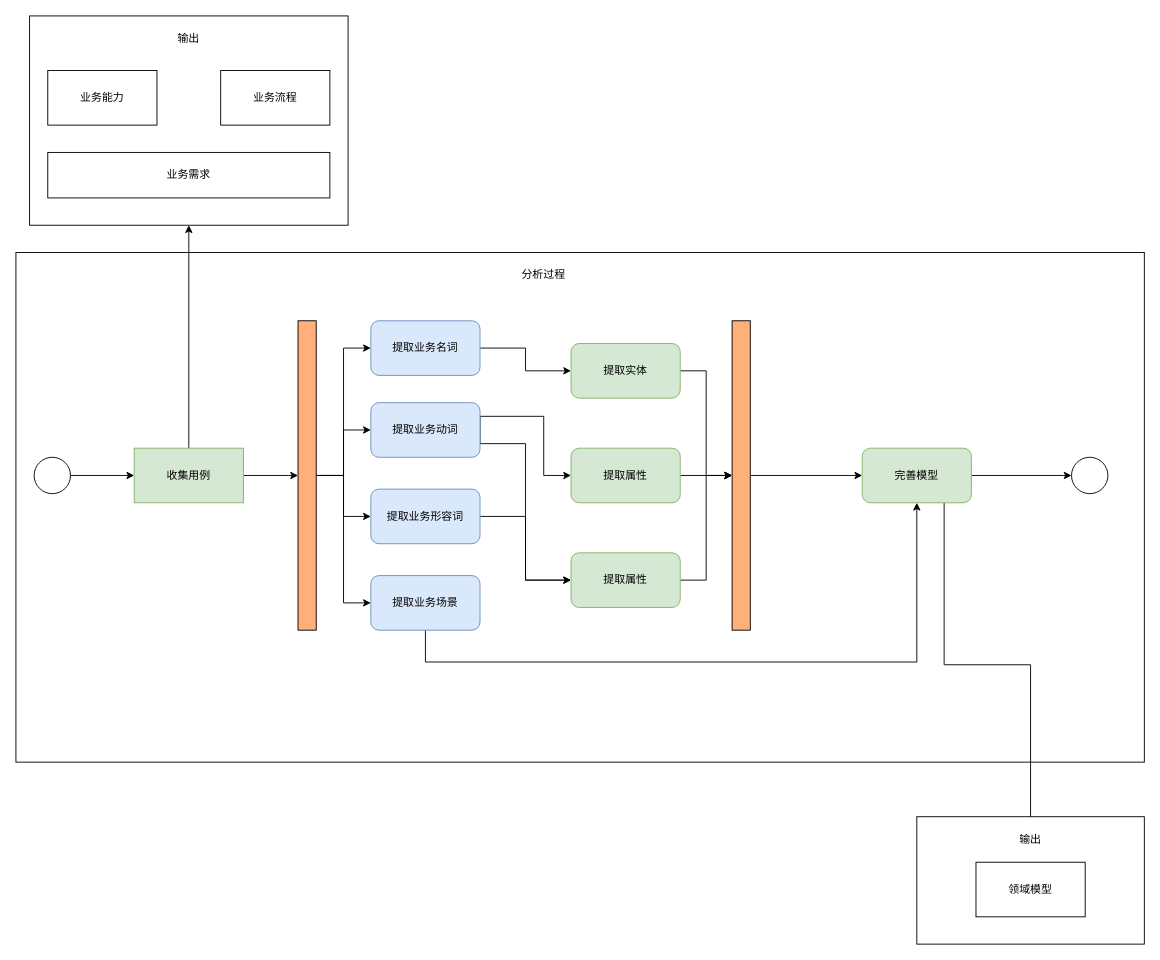
Earlier version of the draw.io diagram mspaint/DDD.drawio (D1isney/notes). Source tidied: cells renumbered, new cells numbered last; positions are measured from the earlier drawing's top-left corner, leaving out a move shared by most shapes. Both pictures are drawn from the tidied source at 91%, with x=0, y=0 at pixel (15, 15).
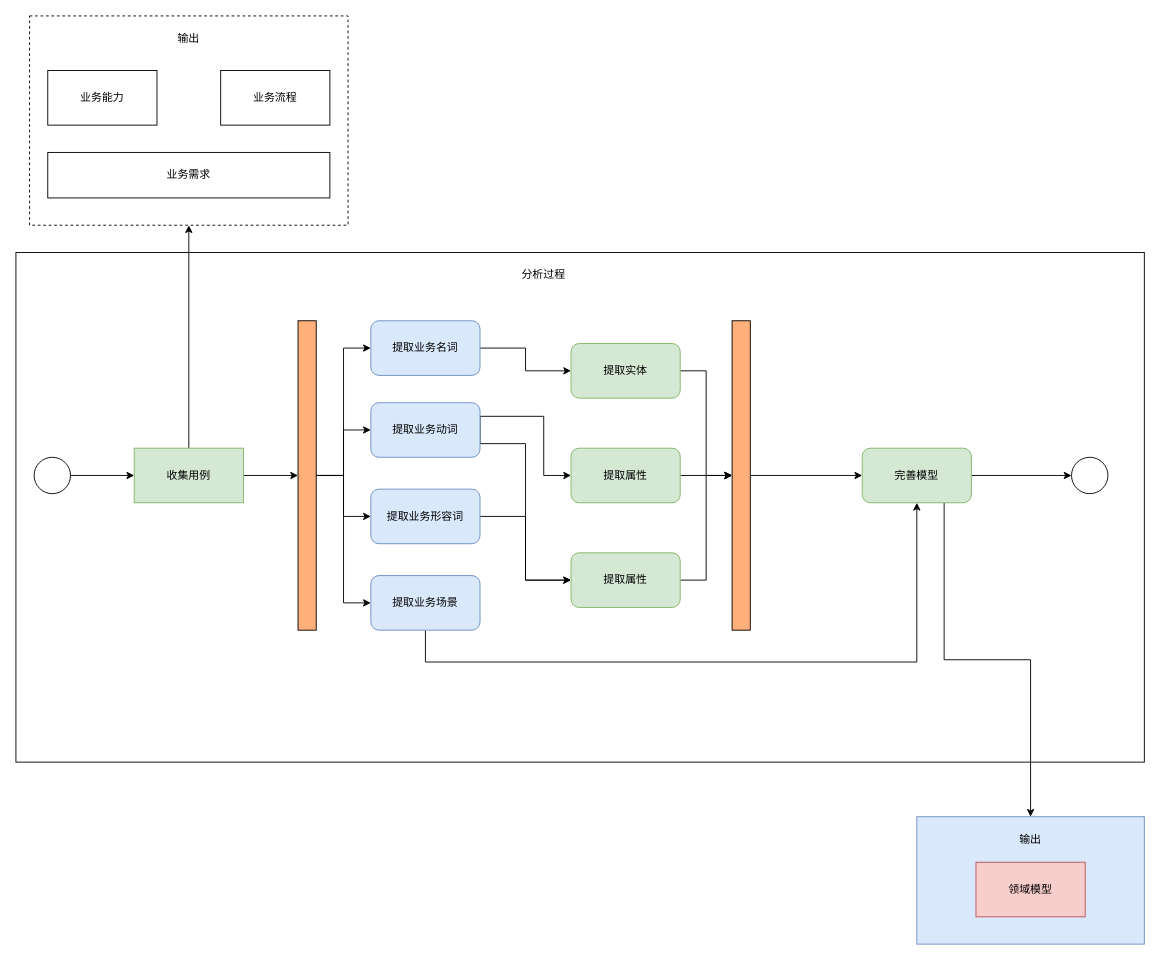
Above is the later version.

The change refers to these unchanged cells:
```xml
<mxCell id="37" value="完善模型" style="rounded=1;whiteSpace=wrap;html=1;fillColor=#d5e8d4;strokeColor=#82b366;" parent="1" vertex="1">
  <mxGeometry x="930" y="475" width="120" height="60" as="geometry" />
</mxCell>
<mxCell id="41" value="输出" style="text;html=1;align=center;verticalAlign=middle;whiteSpace=wrap;rounded=0;" parent="1" vertex="1">
  <mxGeometry x="1085" y="890" width="60" height="30" as="geometry" />
</mxCell>
```

Diff of the diagram source:
```diff
@@
-    <mxCell id="3" style="rounded=0;whiteSpace=wrap;html=1;strokeColor=default;" parent="1" vertex="1">
+    <mxCell id="3" style="rounded=0;whiteSpace=wrap;html=1;strokeColor=default;dashed=1;" parent="1" vertex="1">
       <mxGeometry x="15" width="350" height="230" as="geometry" />
     </mxCell>
@@
-    <mxCell id="36" style="edgeStyle=orthogonalEdgeStyle;rounded=0;jettySize=auto;html=1;exitX=0.75;exitY=1;exitDx=0;exitDy=0;entryX=0.5;entryY=0;entryDx=0;entryDy=0;" parent="1" edge="1" source="37" target="41">
-      <mxGeometry relative="1" as="geometry">
-        <Array as="points">
-          <mxPoint x="1020" y="713" />
-          <mxPoint x="1115" y="713" />
-        </Array>
-      </mxGeometry>
-    </mxCell>
+    <mxCell id="43" style="edgeStyle=orthogonalEdgeStyle;rounded=0;jettySize=auto;html=1;exitX=0.75;exitY=1;exitDx=0;exitDy=0;entryX=0.5;entryY=0;entryDx=0;entryDy=0;" parent="1" edge="1" source="37" target="39">
+      <mxGeometry relative="1" as="geometry" />
+    </mxCell>
@@
-    <mxCell id="39" style="rounded=0;whiteSpace=wrap;html=1;" parent="1" vertex="1">
+    <mxCell id="39" style="rounded=0;whiteSpace=wrap;html=1;fillColor=#dae8fc;strokeColor=#6c8ebf;" parent="1" vertex="1">
       <mxGeometry x="990" y="880" width="250" height="140" as="geometry" />
     </mxCell>
-    <mxCell id="40" value="领域模型" style="rounded=0;whiteSpace=wrap;html=1;" parent="1" vertex="1">
+    <mxCell id="40" value="领域模型" style="rounded=0;whiteSpace=wrap;html=1;fillColor=#f8cecc;strokeColor=#b85450;" parent="1" vertex="1">
       <mxGeometry x="1055" y="930" width="120" height="60" as="geometry" />
     </mxCell>
```
